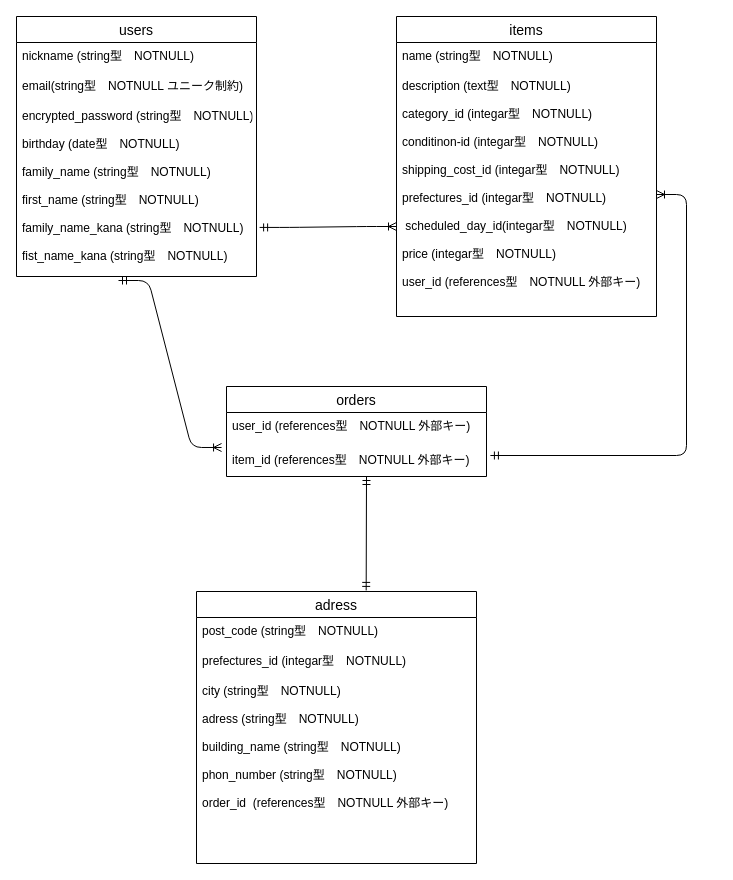
This is furima.dio from FUJITASHOGO2190/furima-38244, a draw.io file, before an edit. Source tidied: cells renumbered, new cells numbered last; positions are measured from the earlier drawing's top-left corner, leaving out a move shared by most shapes. Both pictures are drawn from the tidied source at 100%, with x=0, y=0 at pixel (16, 16).
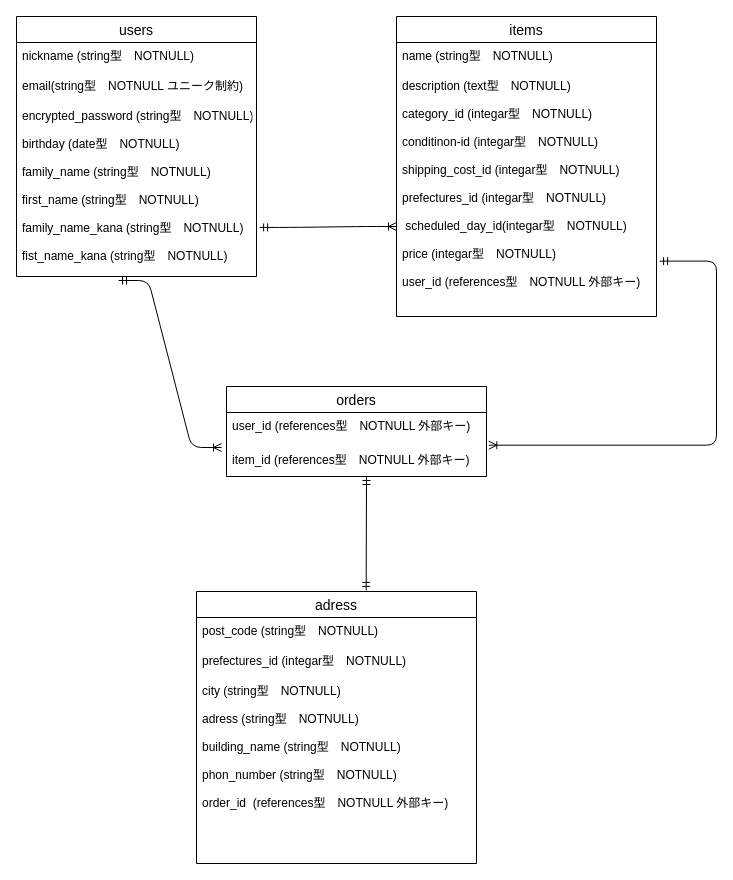
The same diagram, later.

Commit message:
データベース設計、修正６

The change refers to these unchanged cells:
```xml
<mxCell id="8" value="description (text型　NOTNULL)&#10;&#10;category_id (integar型　NOTNULL)&#10;&#10;conditinon-id (integar型　NOTNULL)&#10;&#10;shipping_cost_id (integar型　NOTNULL)&#10;&#10;prefectures_id (integar型　NOTNULL)&#10;&#10; scheduled_day_id(integar型　NOTNULL)&#10;&#10;price (integar型　NOTNULL)&#10;&#10;user_id (references型　NOTNULL 外部キー)&#10;" style="text;strokeColor=none;fillColor=none;spacingLeft=4;spacingRight=4;overflow=hidden;points=[[0,0.5],[1,0.5]];portConstraint=eastwest;fontSize=12;" parent="6" vertex="1">
  <mxGeometry y="56" width="260" height="244" as="geometry" />
</mxCell>
<mxCell id="11" value="item_id (references型　NOTNULL 外部キー)" style="text;strokeColor=none;fillColor=none;spacingLeft=4;spacingRight=4;overflow=hidden;points=[[0,0.5],[1,0.5]];portConstraint=eastwest;fontSize=12;" parent="9" vertex="1">
  <mxGeometry y="60" width="260" height="30" as="geometry" />
</mxCell>
```

Change to the diagram source:
```diff
@@
-    <mxCell id="18" style="edgeStyle=entityRelationEdgeStyle;fontSize=12;html=1;endArrow=ERoneToMany;startArrow=ERmandOne;exitX=1.015;exitY=0.3;exitDx=0;exitDy=0;exitPerimeter=0;" parent="1" edge="1" source="11" target="8">
-      <mxGeometry relative="1" as="geometry" />
+    <mxCell id="18" style="edgeStyle=elbowEdgeStyle;fontSize=12;html=1;endArrow=ERoneToMany;startArrow=ERmandOne;exitX=1.012;exitY=0.773;exitDx=0;exitDy=0;exitPerimeter=0;entryX=1.009;entryY=-0.044;entryDx=0;entryDy=0;entryPerimeter=0;" parent="1" edge="1" source="8" target="11">
+      <mxGeometry relative="1" as="geometry">
+        <Array as="points">
+          <mxPoint x="700" y="470" />
+          <mxPoint x="680" y="260" />
+        </Array>
+      </mxGeometry>
     </mxCell>
```
